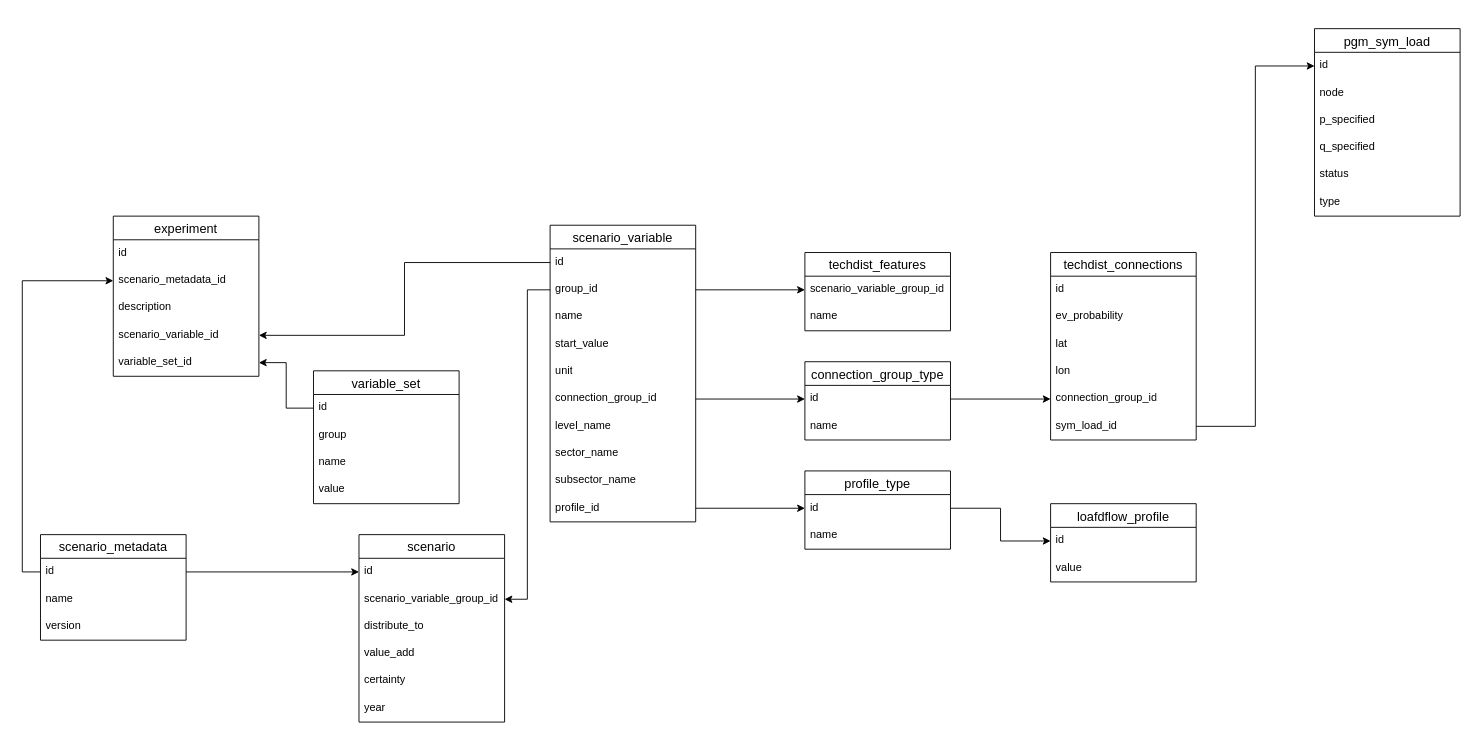
This is datastructuur.drawio from rubenverweij/std_setiam_uml, a draw.io file, before an edit. Source tidied: cells renumbered, new cells numbered last; positions are measured from the earlier drawing's top-left corner, leaving out a move shared by most shapes. Both pictures are drawn from the tidied source at 91%, with x=0, y=0 at pixel (40, 28).
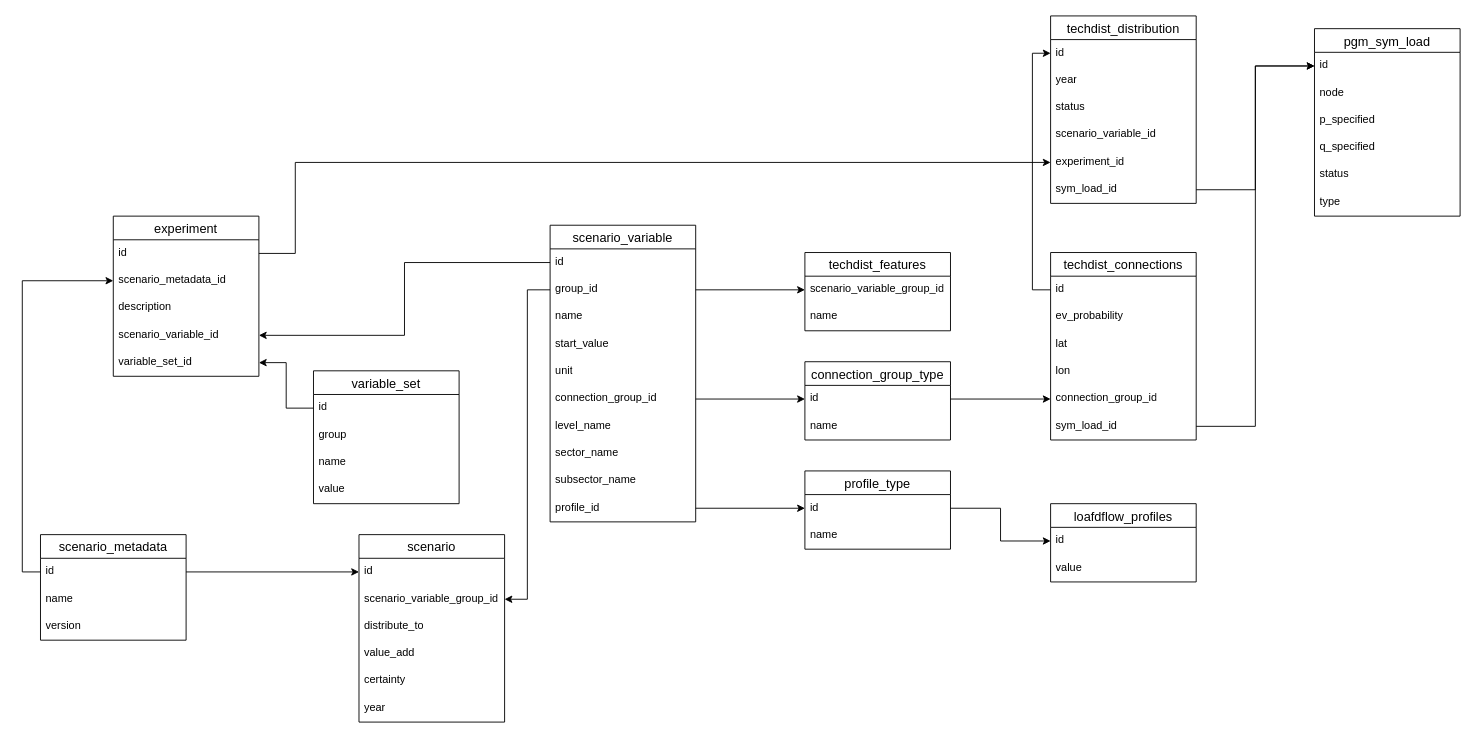
After the change.

The change refers to these unchanged cells:
```xml
<mxCell id="29" value="id" style="text;strokeColor=none;fillColor=none;spacingLeft=4;spacingRight=4;overflow=hidden;points=[[0,0.5],[1,0.5]];portConstraint=eastwest;fontSize=12;whiteSpace=wrap;html=1;" parent="28" vertex="1">
  <mxGeometry y="26" width="160" height="30" as="geometry" />
</mxCell>
<mxCell id="39" value="id" style="text;strokeColor=none;fillColor=none;spacingLeft=4;spacingRight=4;overflow=hidden;points=[[0,0.5],[1,0.5]];portConstraint=eastwest;fontSize=12;whiteSpace=wrap;html=1;" parent="38" vertex="1">
  <mxGeometry y="26" width="160" height="30" as="geometry" />
</mxCell>
<mxCell id="65" value="id" style="text;strokeColor=none;fillColor=none;spacingLeft=4;spacingRight=4;overflow=hidden;points=[[0,0.5],[1,0.5]];portConstraint=eastwest;fontSize=12;whiteSpace=wrap;html=1;" parent="64" vertex="1">
  <mxGeometry y="26" width="160" height="30" as="geometry" />
</mxCell>
```

Diff of the diagram source:
```diff
@@
-    <mxCell id="59" value="loafdflow_profile" style="swimlane;fontStyle=0;horizontal=1;startSize=26;align=center;fontSize=14;" parent="1" vertex="1">
+    <mxCell id="59" value="loafdflow_profiles" style="swimlane;fontStyle=0;horizontal=1;startSize=26;align=center;fontSize=14;" parent="1" vertex="1">
       <mxGeometry x="1110" y="522" width="160" height="86" as="geometry" />
     </mxCell>
@@
+    <mxCell id="72" value="techdist_distribution" style="swimlane;fontStyle=0;horizontal=1;startSize=26;align=center;fontSize=14;" parent="1" vertex="1">
+      <mxGeometry x="1110" y="-14" width="160" height="206" as="geometry" />
+    </mxCell>
+    <mxCell id="73" value="id" style="text;strokeColor=none;fillColor=none;spacingLeft=4;spacingRight=4;overflow=hidden;points=[[0,0.5],[1,0.5]];portConstraint=eastwest;fontSize=12;whiteSpace=wrap;html=1;" parent="72" vertex="1">
+      <mxGeometry y="26" width="160" height="30" as="geometry" />
+    </mxCell>
+    <mxCell id="74" value="year" style="text;strokeColor=none;fillColor=none;spacingLeft=4;spacingRight=4;overflow=hidden;fontSize=12;whiteSpace=wrap;html=1;" parent="72" vertex="1">
+      <mxGeometry y="56" width="160" height="30" as="geometry" />
+    </mxCell>
+    <mxCell id="75" value="status" style="text;strokeColor=none;fillColor=none;spacingLeft=4;spacingRight=4;overflow=hidden;fontSize=12;whiteSpace=wrap;html=1;" parent="72" vertex="1">
+      <mxGeometry y="86" width="160" height="30" as="geometry" />
+    </mxCell>
+    <mxCell id="76" value="scenario_variable_id" style="text;strokeColor=none;fillColor=none;spacingLeft=4;spacingRight=4;overflow=hidden;fontSize=12;whiteSpace=wrap;html=1;" parent="72" vertex="1">
+      <mxGeometry y="116" width="160" height="30" as="geometry" />
+    </mxCell>
+    <mxCell id="77" value="experiment_id" style="text;strokeColor=none;fillColor=none;spacingLeft=4;spacingRight=4;overflow=hidden;points=[[0,0.5],[1,0.5]];portConstraint=eastwest;fontSize=12;whiteSpace=wrap;html=1;" parent="72" vertex="1">
+      <mxGeometry y="146" width="160" height="30" as="geometry" />
+    </mxCell>
+    <mxCell id="78" value="sym_load_id" style="text;strokeColor=none;fillColor=none;spacingLeft=4;spacingRight=4;overflow=hidden;points=[[0,0.5],[1,0.5]];portConstraint=eastwest;fontSize=12;whiteSpace=wrap;html=1;" parent="72" vertex="1">
+      <mxGeometry y="176" width="160" height="30" as="geometry" />
+    </mxCell>
+    <mxCell id="79" style="edgeStyle=orthogonalEdgeStyle;rounded=0;jettySize=auto;html=1;entryX=0;entryY=0.5;entryDx=0;entryDy=0;" parent="1" edge="1" source="29" target="73">
+      <mxGeometry relative="1" as="geometry" />
+    </mxCell>
+    <mxCell id="80" style="edgeStyle=orthogonalEdgeStyle;rounded=0;jettySize=auto;html=1;exitX=1;exitY=0.5;exitDx=0;exitDy=0;entryX=0;entryY=0.5;entryDx=0;entryDy=0;" parent="1" edge="1" source="78" target="65">
+      <mxGeometry relative="1" as="geometry" />
+    </mxCell>
+    <mxCell id="81" style="edgeStyle=orthogonalEdgeStyle;rounded=0;jettySize=auto;html=1;exitX=1;exitY=0.5;exitDx=0;exitDy=0;" parent="1" edge="1" source="39" target="77">
+      <mxGeometry relative="1" as="geometry">
+        <Array as="points">
+          <mxPoint x="280" y="247" />
+          <mxPoint x="280" y="147" />
+        </Array>
+      </mxGeometry>
+    </mxCell>
```
